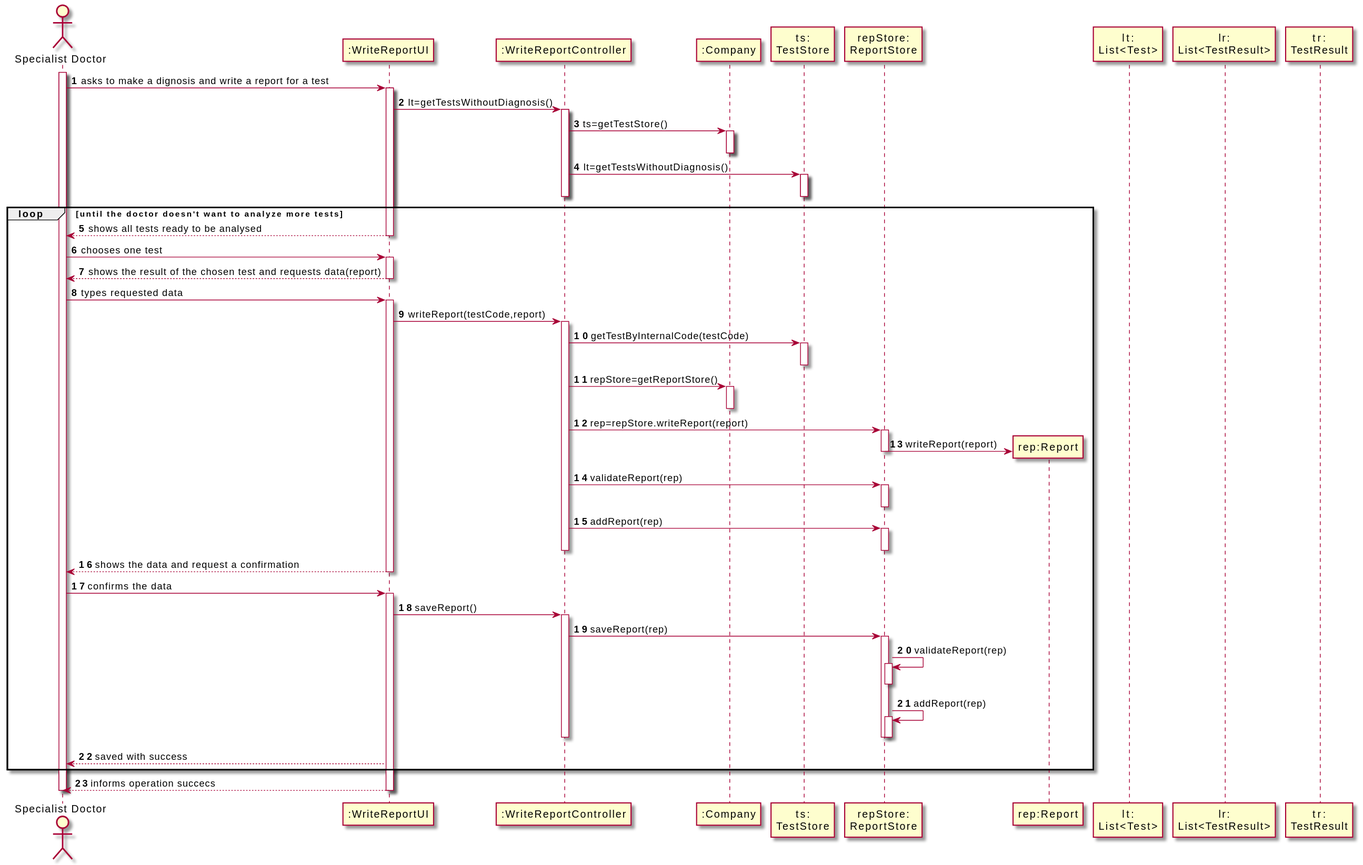
Earlier version of the PlantUML export docs/SprintC/US_14/ImagesUsed/US14_SD.svg (RuiRioPina/LAPR2-20-21).
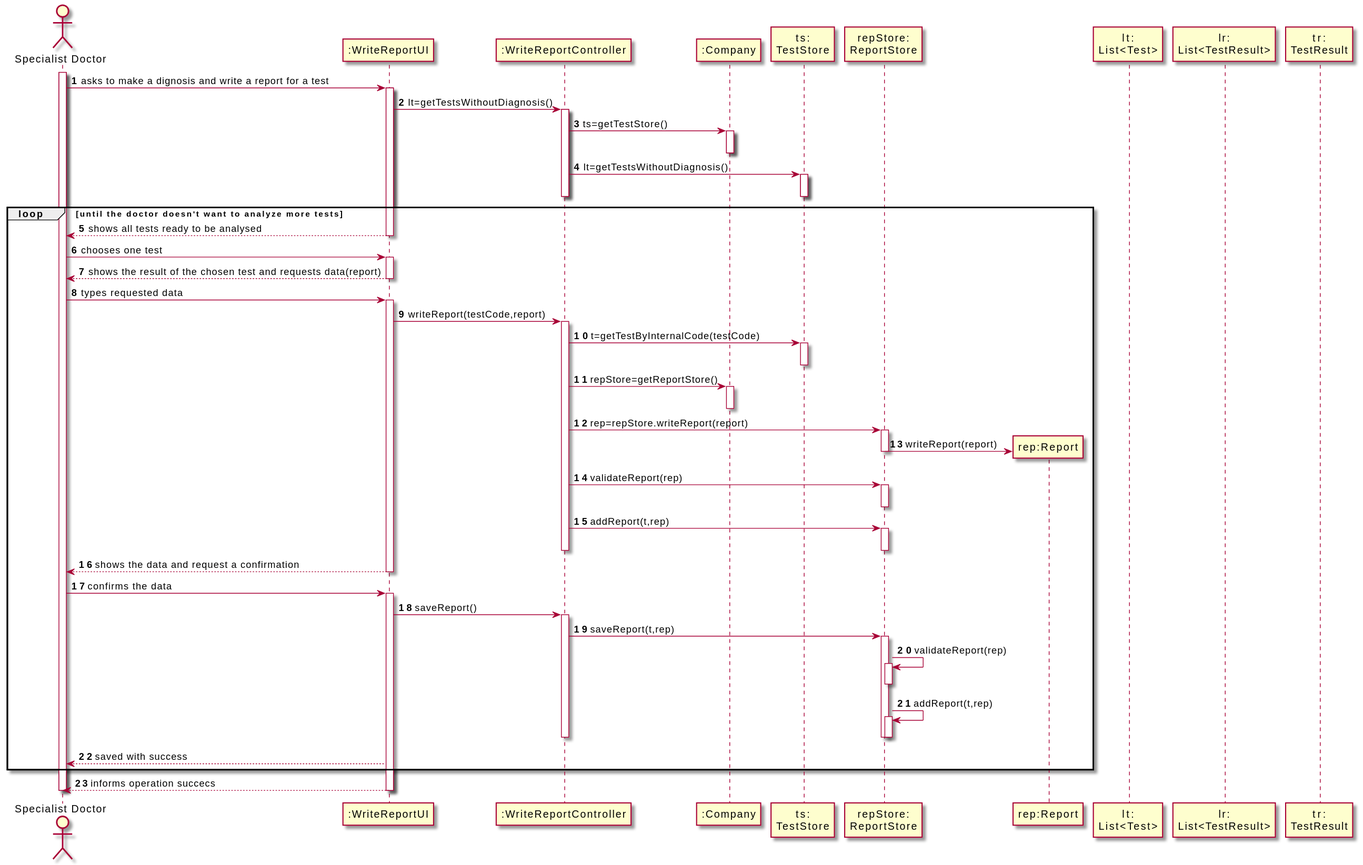
The same file after the commit.

What changed in the source:
```diff
@@ -36,7 +36,7 @@
 activate UI
 UI-> CTRL : writeReport(testCode,report)
 activate CTRL
-CTRL -> TSTORE : getTestByInternalCode(testCode)
+CTRL -> TSTORE : t=getTestByInternalCode(testCode)
 activate TSTORE
 deactivate TSTORE
 CTRL -> CMP : repStore=getReportStore()
@@ -50,7 +50,7 @@
 CTRL -> STORE : validateReport(rep)
 activate STORE
 deactivate STORE
-CTRL -> STORE : addReport(rep)
+CTRL -> STORE : addReport(t,rep)
 activate STORE
 deactivate STORE
 
@@ -67,12 +67,12 @@
 UI -> CTRL : saveReport()
 activate CTRL
 
-CTRL -> STORE : saveReport(rep)
+CTRL -> STORE : saveReport(t,rep)
 activate STORE
 STORE -> STORE : validateReport(rep)
 activate STORE
 STORE--
-STORE -> STORE : addReport(rep)
+STORE -> STORE : addReport(t,rep)
 activate STORE
 STORE--
 deactivate STORE
```
